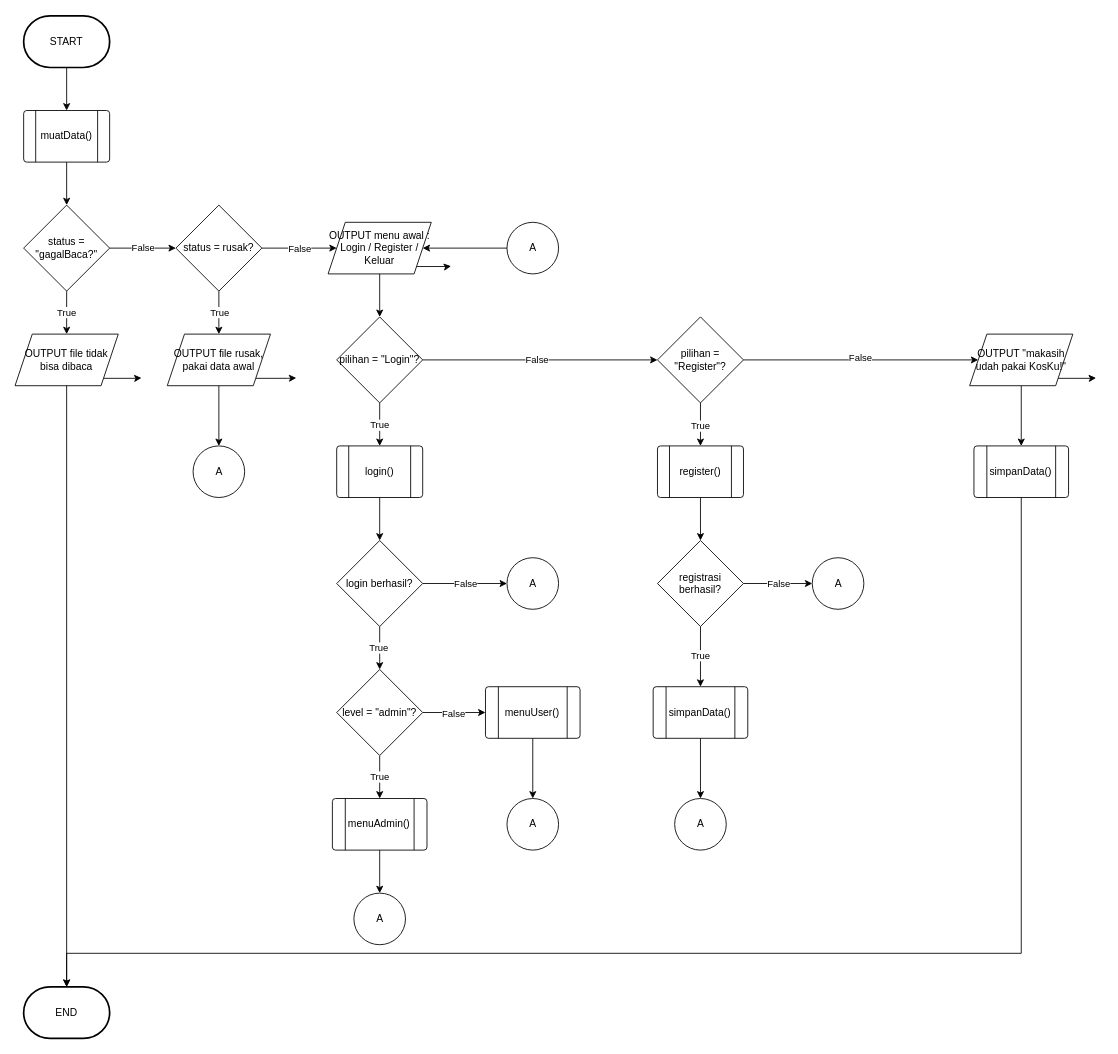
This is page "main()" (1 of 12) of B2-TimAtom-Flowchart.drawio from sheannisanasyi-ctrl/Sistem-Manajemen-Kos-kosan, a draw.io file, before an edit. Source tidied: cells renumbered, new cells numbered last; positions are measured from the earlier drawing's top-left corner, leaving out a move shared by most shapes. Both pictures are drawn from the tidied source at 86%, with x=0, y=0 at pixel (15, 15).
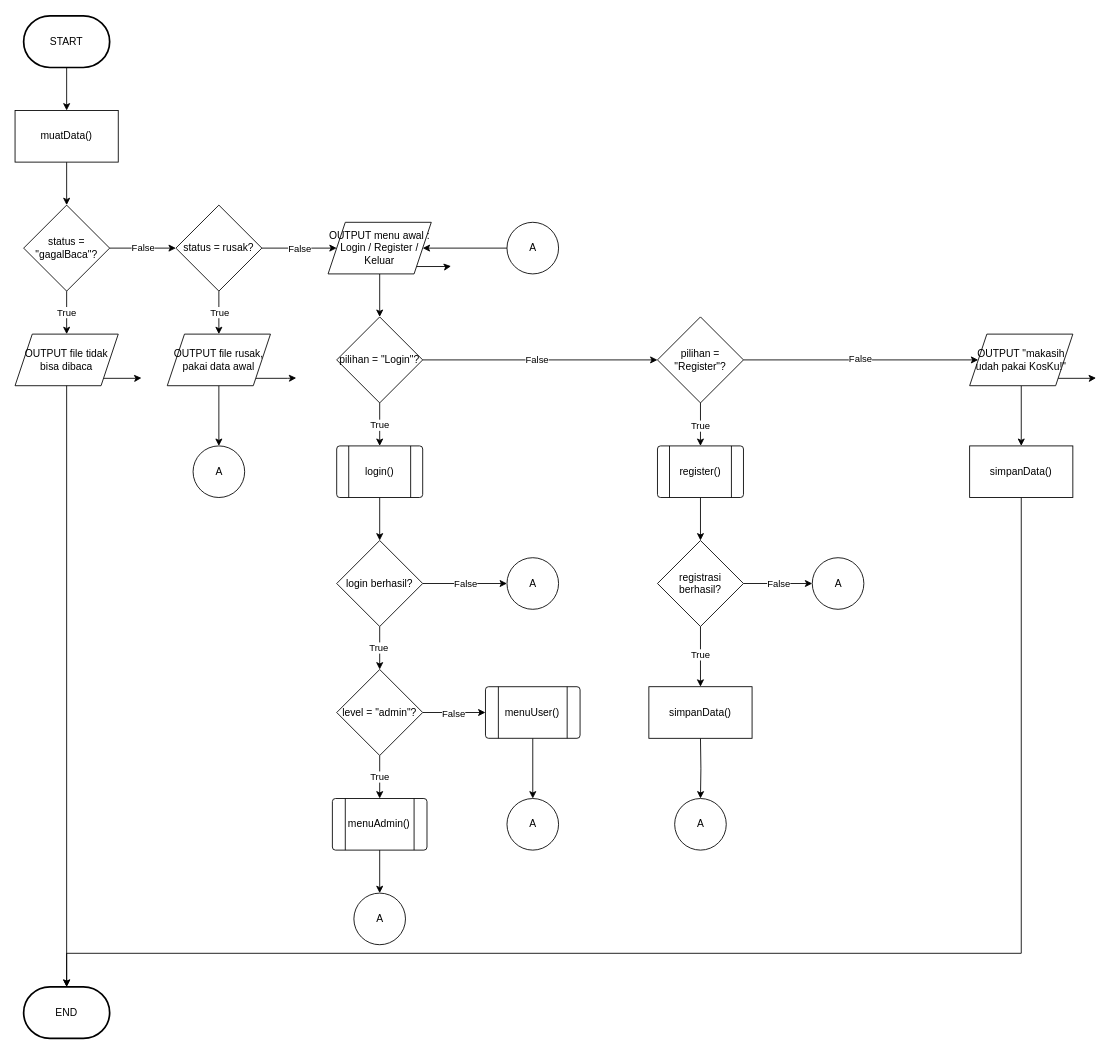
The same page after the edit.

The change refers to these unchanged cells:
```xml
<mxCell id="3" value="START" style="strokeWidth=2;html=1;shape=mxgraph.flowchart.terminator;whiteSpace=wrap;" parent="1" vertex="1">
  <mxGeometry x="10" width="100" height="60" as="geometry" />
</mxCell>
<mxCell id="54" value="pilihan = &quot;Register&quot;?" style="rhombus;whiteSpace=wrap;html=1;shapeInside=1;" parent="1" vertex="1">
  <mxGeometry x="747" y="350" width="100" height="100" as="geometry" />
</mxCell>
<mxCell id="61" value="registrasi berhasil?" style="rhombus;whiteSpace=wrap;html=1;shapeInside=1;" parent="1" vertex="1">
  <mxGeometry x="747" y="610" width="100" height="100" as="geometry" />
</mxCell>
<mxCell id="65" value="A" style="verticalLabelPosition=middle;verticalAlign=middle;html=1;shape=mxgraph.flowchart.on-page_reference;labelPosition=center;align=center;" parent="1" vertex="1">
  <mxGeometry x="767" y="910" width="60" height="60" as="geometry" />
</mxCell>
<mxCell id="69" value="OUTPUT &quot;makasih udah pakai KosKu!&quot;" style="shape=parallelogram;perimeter=parallelogramPerimeter;whiteSpace=wrap;html=1;shapeInside=1;fixedSize=1;" parent="1" vertex="1">
  <mxGeometry x="1110" y="370" width="120" height="60" as="geometry" />
</mxCell>
<mxCell id="71" value="END" style="strokeWidth=2;html=1;shape=mxgraph.flowchart.terminator;whiteSpace=wrap;" parent="1" vertex="1">
  <mxGeometry x="10" y="1129" width="100" height="60" as="geometry" />
</mxCell>
```

What changed in the source:
```diff
@@
-    <mxCell id="2" style="edgeStyle=orthogonalEdgeStyle;rounded=0;jettySize=auto;html=1;defaultLabelBackgroundColor=page;" parent="1" edge="1" source="3" target="5">
+    <mxCell id="2" style="edgeStyle=orthogonalEdgeStyle;rounded=0;jettySize=auto;html=1;defaultLabelBackgroundColor=page;entryX=0.5;entryY=0;entryDx=0;entryDy=0;" parent="1" edge="1" source="3" target="5">
       <mxGeometry relative="1" as="geometry" />
     </mxCell>
@@
-    <mxCell id="4" style="edgeStyle=orthogonalEdgeStyle;rounded=0;jettySize=auto;html=1;defaultLabelBackgroundColor=page;" parent="1" edge="1" source="5" target="10">
-      <mxGeometry relative="1" as="geometry" />
-    </mxCell>
-    <mxCell id="5" value="muatData()" style="verticalLabelPosition=middle;verticalAlign=middle;html=1;shape=process;whiteSpace=wrap;rounded=1;size=0.14;arcSize=6;labelPosition=center;align=center;" parent="1" vertex="1">
-      <mxGeometry x="10" y="110" width="100" height="60" as="geometry" />
-    </mxCell>
@@
-    <mxCell id="10" value="status = &quot;gagalBaca?&quot;" style="rhombus;whiteSpace=wrap;html=1;shapeInside=1;" parent="1" vertex="1">
+    <mxCell id="10" value="status = &quot;gagalBaca&quot;?" style="rhombus;whiteSpace=wrap;html=1;shapeInside=1;" parent="1" vertex="1">
       <mxGeometry x="10" y="220" width="100" height="100" as="geometry" />
     </mxCell>
@@
-    <mxCell id="52" style="edgeStyle=orthogonalEdgeStyle;rounded=0;jettySize=auto;html=1;exitX=1;exitY=0.5;exitDx=0;exitDy=0;entryX=0;entryY=0.5;entryDx=0;entryDy=0;defaultLabelBackgroundColor=page;" parent="1" edge="1" source="54">
-      <mxGeometry relative="1" as="geometry">
-        <mxPoint x="1120" y="400" as="targetPoint" />
-      </mxGeometry>
-    </mxCell>
+    <mxCell id="74" style="edgeStyle=orthogonalEdgeStyle;rounded=0;jettySize=auto;html=1;exitX=1;exitY=0.5;exitDx=0;exitDy=0;entryX=0;entryY=0.5;entryDx=0;entryDy=0;defaultLabelBackgroundColor=page;labelPadding=0 4;" parent="1" edge="1" source="54" target="69">
+      <mxGeometry relative="1" as="geometry" />
+    </mxCell>
-    <mxCell id="53" value="False" style="edgeLabel;html=1;align=center;verticalAlign=middle;inheritText=1;defaultLabelBackgroundColor=page;" parent="52" vertex="1">
-      <mxGeometry x="-0.01" y="3" relative="1" as="geometry" />
+    <mxCell id="53" value="False" style="edgeLabel;html=1;align=center;verticalAlign=middle;inheritText=1;defaultLabelBackgroundColor=page;labelPadding=0 4;" parent="74" vertex="1">
+      <mxGeometry x="-0.01" y="2" relative="1" as="geometry" />
     </mxCell>
@@
-    <mxCell id="57" style="edgeStyle=orthogonalEdgeStyle;rounded=0;jettySize=auto;html=1;defaultLabelBackgroundColor=page;" parent="1" edge="1" source="61">
-      <mxGeometry relative="1" as="geometry">
-        <mxPoint x="797" y="780" as="targetPoint" />
-      </mxGeometry>
-    </mxCell>
-    <mxCell id="58" value="True" style="edgeLabel;html=1;align=center;verticalAlign=middle;inheritText=1;defaultLabelBackgroundColor=page;" parent="57" vertex="1">
-      <mxGeometry x="-0.05" y="-1" relative="1" as="geometry" />
-    </mxCell>
@@
+    <mxCell id="75" style="edgeStyle=orthogonalEdgeStyle;rounded=0;jettySize=auto;html=1;defaultLabelBackgroundColor=page;labelPadding=0 4;" parent="1" edge="1" source="61" target="77">
+      <mxGeometry relative="1" as="geometry" />
+    </mxCell>
+    <mxCell id="58" value="True" style="edgeLabel;html=1;align=center;verticalAlign=middle;inheritText=1;defaultLabelBackgroundColor=page;labelPadding=0 4;" parent="75" vertex="1">
+      <mxGeometry x="-0.08" y="-1" relative="1" as="geometry" />
+    </mxCell>
@@
-    <mxCell id="62" style="edgeStyle=orthogonalEdgeStyle;rounded=0;jettySize=auto;html=1;defaultLabelBackgroundColor=page;" parent="1" edge="1" source="63" target="65">
-      <mxGeometry relative="1" as="geometry" />
+    <mxCell id="62" style="edgeStyle=orthogonalEdgeStyle;rounded=0;jettySize=auto;html=1;defaultLabelBackgroundColor=page;" parent="1" edge="1" target="65">
+      <mxGeometry relative="1" as="geometry">
+        <mxPoint x="797" y="840" as="sourcePoint" />
+      </mxGeometry>
     </mxCell>
-    <mxCell id="63" value="simpanData()" style="verticalLabelPosition=middle;verticalAlign=middle;html=1;shape=process;whiteSpace=wrap;rounded=1;size=0.14;arcSize=6;labelPosition=center;align=center;" parent="1" vertex="1">
-      <mxGeometry x="742" y="780" width="110" height="60" as="geometry" />
-    </mxCell>
@@
-    <mxCell id="67" style="edgeStyle=orthogonalEdgeStyle;rounded=0;jettySize=auto;html=1;defaultLabelBackgroundColor=page;labelPadding=0 4;" parent="1" edge="1" source="69" target="70">
-      <mxGeometry relative="1" as="geometry" />
-    </mxCell>
@@
+    <mxCell id="76" style="edgeStyle=orthogonalEdgeStyle;rounded=0;jettySize=auto;html=1;defaultLabelBackgroundColor=page;labelPadding=0 4;" parent="1" edge="1" source="69" target="78">
+      <mxGeometry relative="1" as="geometry" />
+    </mxCell>
@@
-    <mxCell id="70" value="simpanData()" style="verticalLabelPosition=middle;verticalAlign=middle;html=1;shape=process;whiteSpace=wrap;rounded=1;size=0.14;arcSize=6;labelPosition=center;align=center;" parent="1" vertex="1">
-      <mxGeometry x="1115" y="500" width="110" height="60" as="geometry" />
-    </mxCell>
@@
-    <mxCell id="73" style="edgeStyle=orthogonalEdgeStyle;rounded=0;jettySize=auto;html=1;exitX=0.5;exitY=1;exitDx=0;exitDy=0;entryX=0.5;entryY=0;entryDx=0;entryDy=0;entryPerimeter=0;defaultLabelBackgroundColor=page;" parent="1" edge="1" source="70" target="71">
+    <mxCell id="73" style="edgeStyle=orthogonalEdgeStyle;rounded=0;jettySize=auto;html=1;exitX=0.5;exitY=1;exitDx=0;exitDy=0;entryX=0.5;entryY=0;entryDx=0;entryDy=0;entryPerimeter=0;defaultLabelBackgroundColor=page;" parent="1" edge="1" target="71">
       <mxGeometry relative="1" as="geometry">
+        <mxPoint x="1170" y="560" as="sourcePoint" />
         <Array as="points">
           <mxPoint x="1170" y="1090" />
           <mxPoint x="60" y="1090" />
         </Array>
       </mxGeometry>
     </mxCell>
+    <mxCell id="77" value="simpanData()" style="whiteSpace=wrap;html=1;" parent="1" vertex="1">
+      <mxGeometry x="737" y="780" width="120" height="60" as="geometry" />
+    </mxCell>
+    <mxCell id="78" value="simpanData()" style="whiteSpace=wrap;html=1;" parent="1" vertex="1">
+      <mxGeometry x="1110" y="500" width="120" height="60" as="geometry" />
+    </mxCell>
+    <mxCell id="4" style="edgeStyle=orthogonalEdgeStyle;rounded=0;jettySize=auto;html=1;defaultLabelBackgroundColor=page;labelPadding=0 4;" parent="1" edge="1" source="5" target="10">
+      <mxGeometry relative="1" as="geometry" />
+    </mxCell>
+    <mxCell id="5" value="muatData()" style="whiteSpace=wrap;html=1;" parent="1" vertex="1">
+      <mxGeometry y="110" width="120" height="60" as="geometry" />
+    </mxCell>
```
